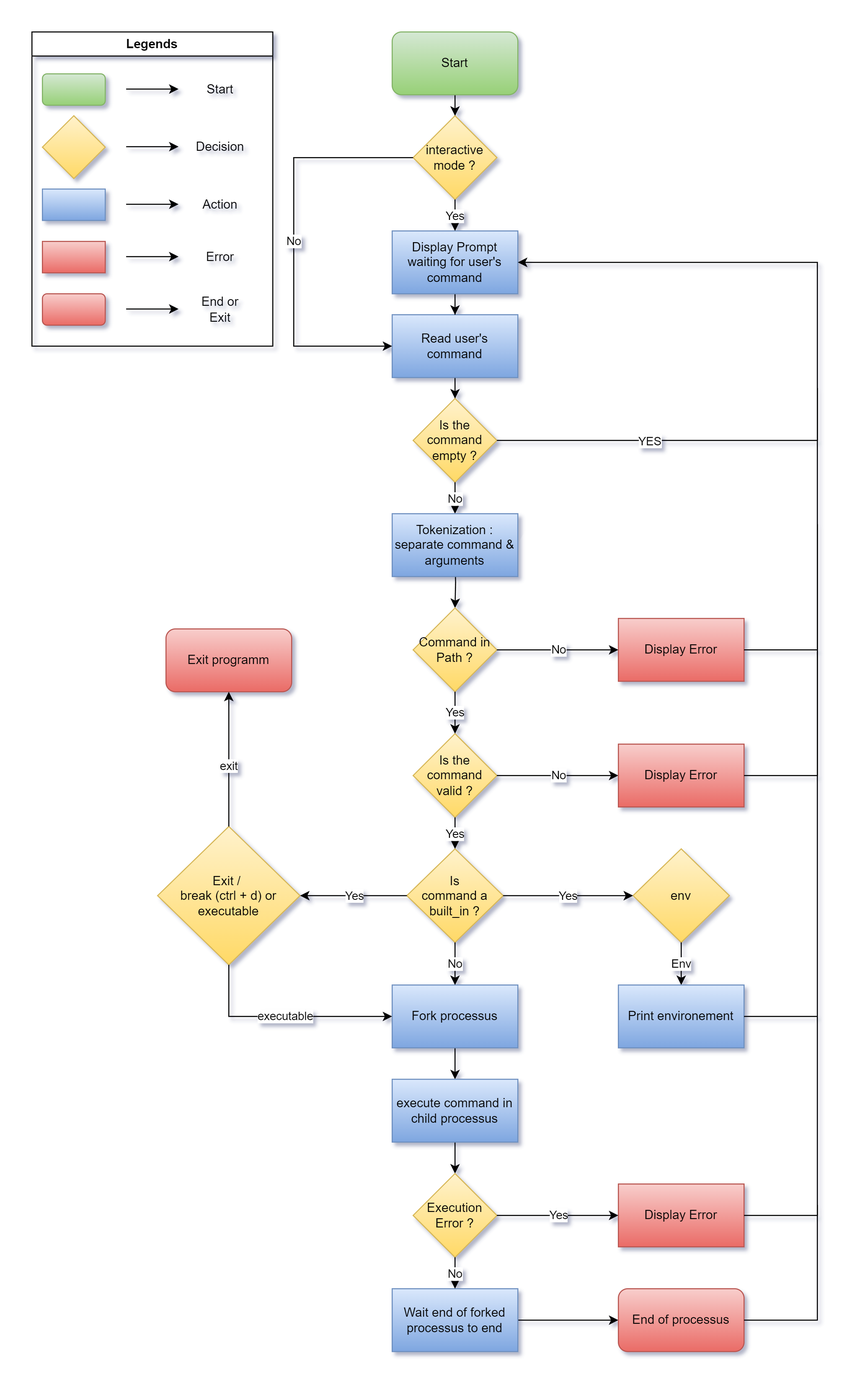
The draw.io diagram simpleshell.flowchart.png in Noziop/holbertonschool-simple_shell, before a commit. Source tidied: cells renumbered, new cells last; positions are measured from the earlier drawing's top-left corner, leaving out a move shared by most shapes.
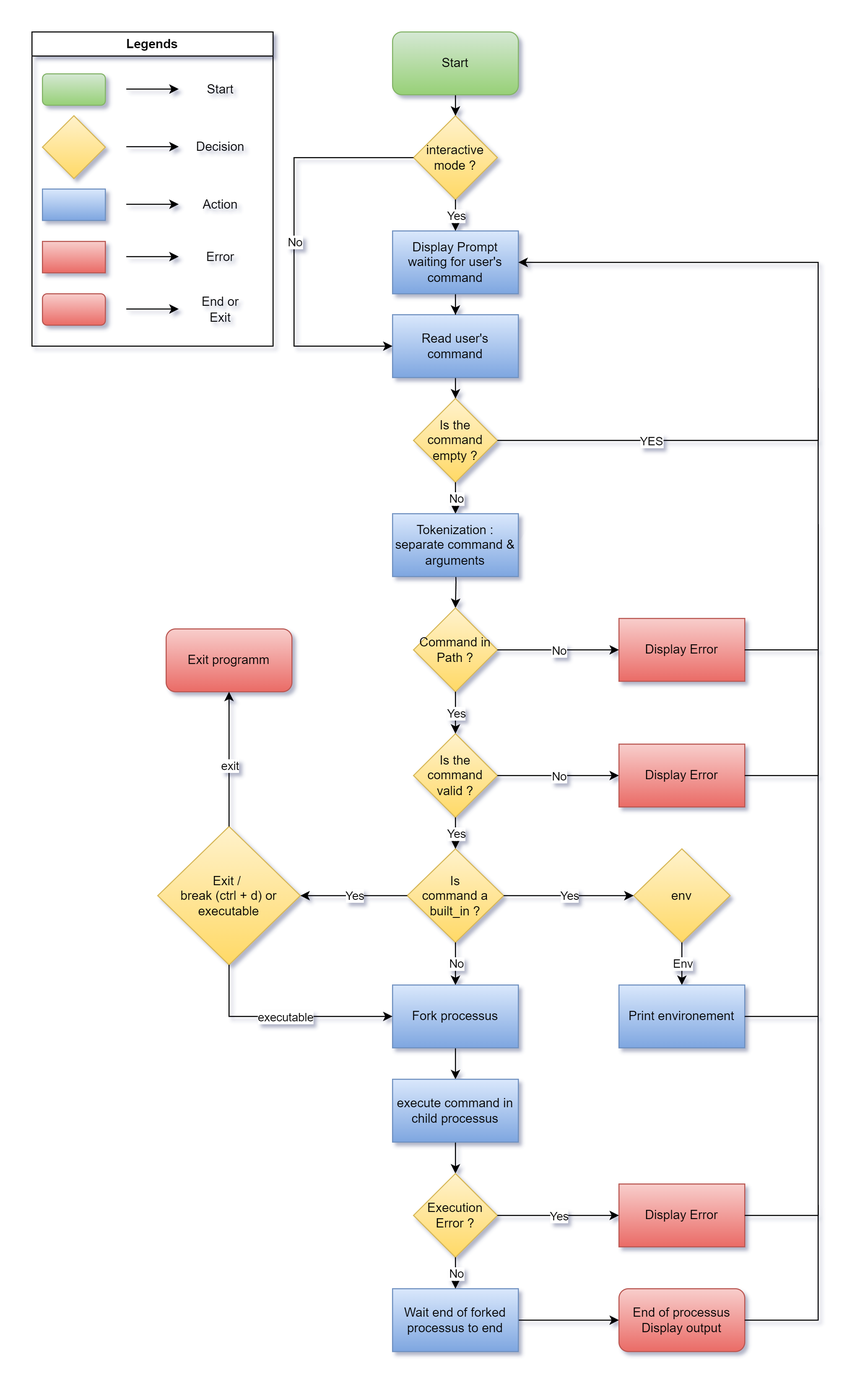
Above is the later version.

Commit message:
correcting the flowchart to add display output

Change to the diagram source:
```diff
@@ -109,7 +109,7 @@
     <mxCell id="31" value="No" style="edgeLabel;html=1;align=center;verticalAlign=middle;" parent="30" vertex="1">
       <mxGeometry relative="1" as="geometry" />
     </mxCell>
-    <mxCell id="32" value="End of processus" style="rounded=1;whiteSpace=wrap;html=1;fillColor=#f8cecc;strokeColor=#b85450;gradientColor=#ea6b66;" parent="1" vertex="1">
+    <mxCell id="32" value="End of processus&lt;div&gt;Display output&lt;/div&gt;" style="rounded=1;whiteSpace=wrap;html=1;fillColor=#f8cecc;strokeColor=#b85450;gradientColor=#ea6b66;" parent="1" vertex="1">
       <mxGeometry x="560" y="1200" width="120" height="60" as="geometry" />
     </mxCell>
     <mxCell id="33" style="endArrow=none;html=1;rounded=0;exitX=1;exitY=0.5;exitDx=0;exitDy=0;" parent="1" edge="1" source="32">
```
